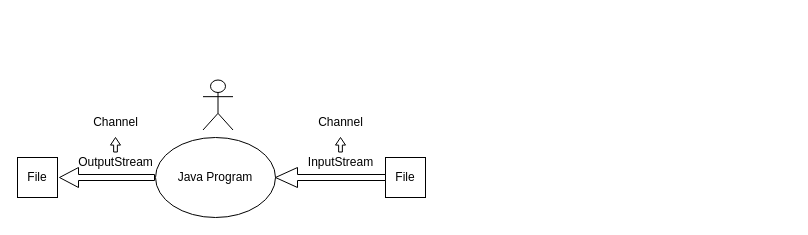
Earlier version of the draw.io diagram Netty/javaNetty.drawio (JongEEE/myDraws). Source tidied: cells renumbered, new cells numbered last; positions are measured from the earlier drawing's top-left corner, leaving out a move shared by most shapes. Both pictures are drawn from the tidied source at 100%, with x=0, y=0 at pixel (17, 79).
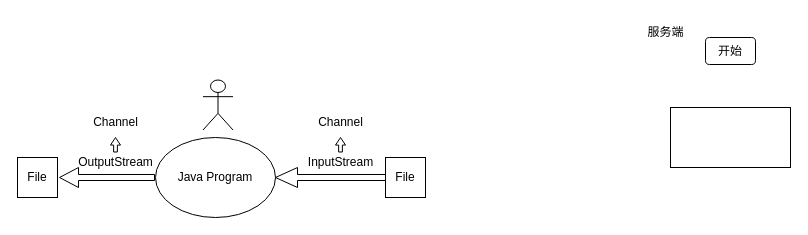
The same page after the edit.

What changed in the source:
```diff
@@
 <mxGraphModel>
   <root>
     <mxCell id="0" />
     <mxCell id="1" parent="0" />
     <mxCell id="2" value="Java Program" style="ellipse;whiteSpace=wrap;html=1;" parent="1" vertex="1">
       <mxGeometry x="138" y="58" width="120" height="80" as="geometry" />
     </mxCell>
     <mxCell id="3" value="File" style="whiteSpace=wrap;html=1;" parent="1" vertex="1">
       <mxGeometry x="368" y="78" width="40" height="40" as="geometry" />
     </mxCell>
     <mxCell id="4" style="shape=singleArrow;direction=west;whiteSpace=wrap;html=1;" parent="1" vertex="1">
       <mxGeometry x="258" y="88" width="110" height="20" as="geometry" />
     </mxCell>
     <mxCell id="5" value="InputStream" style="text;html=1;align=center;verticalAlign=middle;strokeColor=none;fillColor=none;" parent="1" vertex="1">
       <mxGeometry x="278" y="68" width="90" height="30" as="geometry" />
     </mxCell>
     <mxCell id="6" value="File" style="whiteSpace=wrap;html=1;" parent="1" vertex="1">
       <mxGeometry y="78" width="40" height="40" as="geometry" />
     </mxCell>
     <mxCell id="7" value="OutputStream" style="text;html=1;align=center;verticalAlign=middle;strokeColor=none;fillColor=none;" parent="1" vertex="1">
       <mxGeometry x="48" y="68" width="100" height="30" as="geometry" />
     </mxCell>
     <mxCell id="8" style="shape=singleArrow;direction=north;whiteSpace=wrap;html=1;rotation=-90;" parent="1" vertex="1">
       <mxGeometry x="79.5" y="50.5" width="20" height="95" as="geometry" />
     </mxCell>
     <mxCell id="9" style="shape=umlActor;verticalLabelPosition=bottom;verticalAlign=top;html=1;" parent="1" vertex="1">
       <mxGeometry x="185.5" y="0.5" width="30" height="50" as="geometry" />
     </mxCell>
     <mxCell id="10" style="shape=singleArrow;direction=north;whiteSpace=wrap;html=1;arrowWidth=0.37428850446430034;arrowSize=0.5231524688269693;" parent="1" vertex="1">
       <mxGeometry x="318" y="58" width="10" height="14.5" as="geometry" />
     </mxCell>
     <mxCell id="11" style="shape=singleArrow;direction=north;whiteSpace=wrap;html=1;arrowWidth=0.37428850446430034;arrowSize=0.5231524688269693;" parent="1" vertex="1">
       <mxGeometry x="93" y="58" width="10" height="14.5" as="geometry" />
     </mxCell>
     <mxCell id="12" value="Channel" style="text;html=1;align=center;verticalAlign=middle;strokeColor=none;fillColor=none;" parent="1" vertex="1">
       <mxGeometry x="63" y="28" width="70" height="30" as="geometry" />
     </mxCell>
     <mxCell id="13" value="Channel" style="text;html=1;align=center;verticalAlign=middle;strokeColor=none;fillColor=none;" parent="1" vertex="1">
       <mxGeometry x="288" y="28" width="70" height="30" as="geometry" />
     </mxCell>
+    <mxCell id="14" value="服务端" style="text;html=1;align=center;verticalAlign=middle;strokeColor=none;fillColor=none;" parent="1" vertex="1">
+      <mxGeometry x="618" y="-62" width="60" height="30" as="geometry" />
+    </mxCell>
+    <mxCell id="15" value="开始" style="rounded=1;whiteSpace=wrap;html=1;" parent="1" vertex="1">
+      <mxGeometry x="688" y="-42" width="50" height="27" as="geometry" />
+    </mxCell>
+    <mxCell id="16" style="rounded=0;whiteSpace=wrap;html=1;" parent="1" vertex="1">
+      <mxGeometry x="653" y="28" width="120" height="60" as="geometry" />
+    </mxCell>
   </root>
 </mxGraphModel>
```
